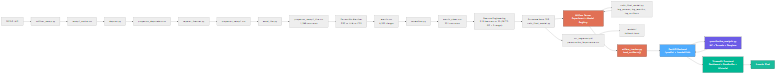
Earlier version of the Mermaid export docs/diagrams/8_7_pipeline_completo.png (sanan1297/risk_project). Its source is kept beside it as docs/diagrams/8_7_pipeline_completo.mmd.
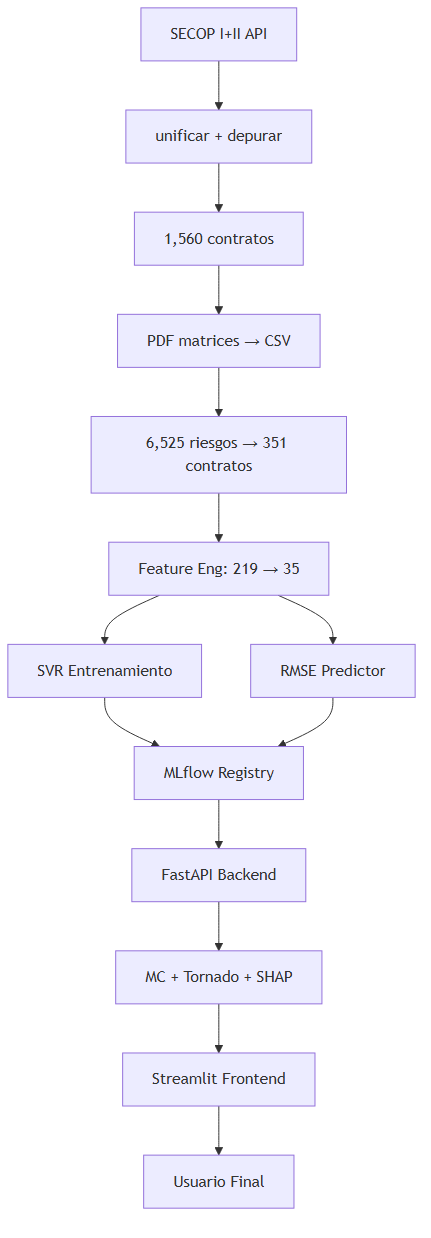
The same diagram one commit later.

Change to the diagram source:
```diff
@@ -1,33 +1,14 @@
-graph LR
-    A[SECOP I API] --> B[unificar_secop.py]
-    B --> C[secop1_cache.csv]
-    C --> D[depurar.py]
-    D --> E[proyectos_depurados.csv]
-    E --> F[separar_fuentes.py]
-    F --> G[proyectos_secop1.csv]
-    G --> H[excel_lite.py]
-    H --> I[proyectos_secop1_lite.csv<br/>1,560 contratos]
-    I --> J[Extracción Matrices<br/>PDF → LLM → CSV]
-    J --> K[matriz.csv<br/>6,525 riesgos]
-    K --> L[normalizar.py]
-    L --> M[matriz_clean.csv<br/>351 contratos]
-    M --> N["Feature Engineering<br/>219 features → 35 (30 TF-IDF + 5 rango)"]
-    N --> O["Entrenamiento SVR<br/>train_final_model.py"]
-    O --> P[MLflow Server<br/>Experiment + Model Registry]
-    O --> Q[svr_regressor.pkl<br/>permutation_importance.csv]
-    P --> R["train_final_model.py<br/>log_params, log_metrics, log_artifacts"]
-    R --> P
-    Q --> S[models/<br/>fallback local]
-    P --> T["mlflow_tracker.py<br/>load_artifacts()"]
-    T --> U["FastAPI Backend<br/>/predict + /model/info"]
-    U --> V["quantitative_analysis.py<br/>MC + Tornado + Desglose"]
-    V --> U
-    U --> W[Streamlit Frontend<br/>Dashboard + Predicción + Historial]
-    W --> X[Usuario Final]
-
-    style P fill:#E17055,stroke:#333,color:white
-    style T fill:#E17055,stroke:#333,color:white
-    style U fill:#4facfe,stroke:#333,color:white
-    style V fill:#6C5CE7,stroke:#333,color:white
-    style W fill:#00B894,stroke:#333,color:white
-    style X fill:#1ABC9C,stroke:#333,color:white
+graph TB
+    A["SECOP I+II API"] --> B["unificar + depurar"]
+    B --> C["1,560 contratos"]
+    C --> D["PDF matrices → CSV"]
+    D --> E["6,525 riesgos → 351 contratos"]
+    E --> F["Feature Eng: 219 → 35"]
+    F --> G["SVR Entrenamiento"]
+    F --> H["RMSE Predictor"]
+    G --> I["MLflow Registry"]
+    H --> I
+    I --> J["FastAPI Backend"]
+    J --> K["MC + Tornado + SHAP"]
+    K --> L["Streamlit Frontend"]
+    L --> M["Usuario Final"]
```
